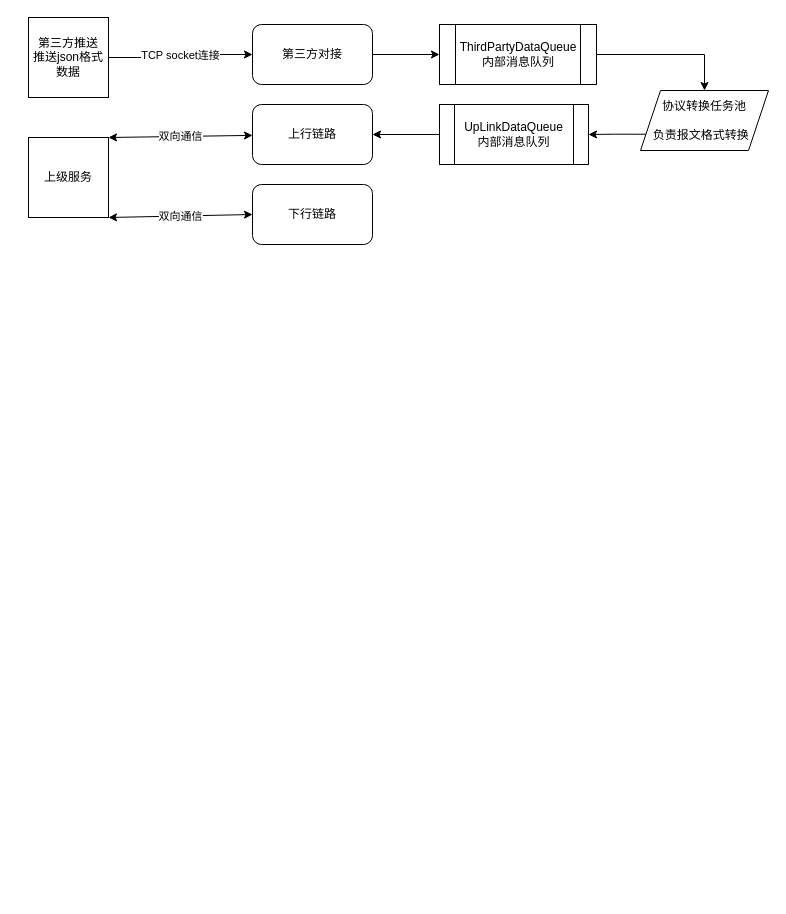
dbjtech/go_809_converter keeps this draw.io diagram as go_809协议转换业务逻辑.drawio. Above is the earlier version. Source tidied: cells renumbered, new cells numbered last; positions are measured from the earlier drawing's top-left corner, leaving out a move shared by most shapes. Both pictures are drawn from the tidied source at 100%, with x=0, y=0 at pixel (28, 17).
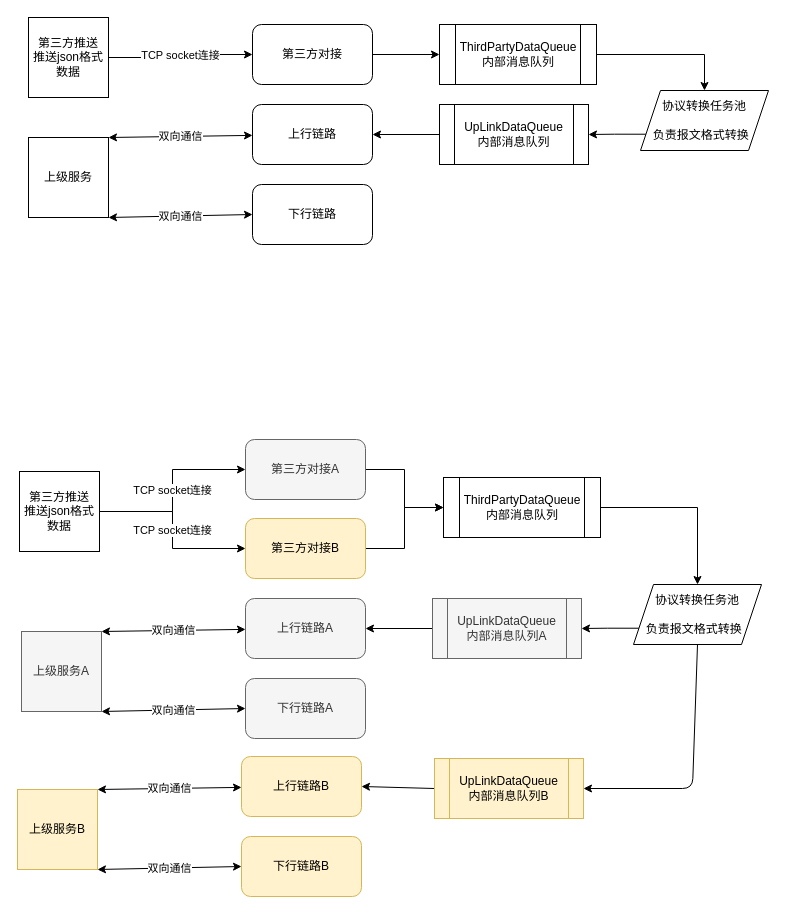
After the change.

Change to the diagram source:
```diff
@@
+    <mxCell id="17" style="edgeStyle=orthogonalEdgeStyle;rounded=0;jettySize=auto;html=1;exitX=1;exitY=0.5;exitDx=0;exitDy=0;entryX=0;entryY=0.5;entryDx=0;entryDy=0;" parent="1" edge="1" source="18" target="29">
+      <mxGeometry relative="1" as="geometry" />
+    </mxCell>
+    <mxCell id="18" value="第三方对接B" style="rounded=1;whiteSpace=wrap;html=1;fillColor=#fff2cc;strokeColor=#d6b656;" parent="1" vertex="1">
+      <mxGeometry x="217" y="501" width="120" height="60" as="geometry" />
+    </mxCell>
+    <mxCell id="19" value="上行链路A" style="rounded=1;whiteSpace=wrap;html=1;fillColor=#f5f5f5;fontColor=#333333;strokeColor=#666666;" parent="1" vertex="1">
+      <mxGeometry x="217" y="581" width="120" height="60" as="geometry" />
+    </mxCell>
+    <mxCell id="20" value="下行链路A" style="rounded=1;whiteSpace=wrap;html=1;fillColor=#f5f5f5;fontColor=#333333;strokeColor=#666666;" parent="1" vertex="1">
+      <mxGeometry x="217" y="661" width="120" height="60" as="geometry" />
+    </mxCell>
+    <mxCell id="21" value="上级服务A" style="whiteSpace=wrap;html=1;fillColor=#f5f5f5;fontColor=#333333;strokeColor=#666666;" parent="1" vertex="1">
+      <mxGeometry x="-7" y="614" width="80" height="80" as="geometry" />
+    </mxCell>
+    <mxCell id="22" value="双向通信" style="endArrow=classic;startArrow=classic;html=1;rounded=0;exitX=1;exitY=0;exitDx=0;exitDy=0;" parent="1" edge="1" source="21" target="19">
+      <mxGeometry relative="1" as="geometry" />
+    </mxCell>
+    <mxCell id="23" value="双向通信" style="endArrow=classic;startArrow=classic;html=1;rounded=0;exitX=1;exitY=1;exitDx=0;exitDy=0;entryX=0;entryY=0.5;entryDx=0;entryDy=0;" parent="1" edge="1" source="21" target="20">
+      <mxGeometry relative="1" as="geometry" />
+    </mxCell>
+    <mxCell id="24" style="edgeStyle=orthogonalEdgeStyle;rounded=0;jettySize=auto;html=1;exitX=0;exitY=0.75;exitDx=0;exitDy=0;entryX=1;entryY=0.5;entryDx=0;entryDy=0;" parent="1" edge="1" source="25" target="32">
+      <mxGeometry relative="1" as="geometry" />
+    </mxCell>
+    <mxCell id="25" value="协议转换&lt;span style=&quot;background-color: initial;&quot;&gt;任务池&lt;/span&gt;&lt;div&gt;&lt;br&gt;&lt;div&gt;负责报文格式转换&amp;nbsp;&amp;nbsp;&lt;/div&gt;&lt;/div&gt;" style="shape=parallelogram;perimeter=parallelogramPerimeter;whiteSpace=wrap;html=1;fixedSize=1;" parent="1" vertex="1">
+      <mxGeometry x="605" y="567" width="128" height="60" as="geometry" />
+    </mxCell>
+    <mxCell id="26" value="TCP socket连接" style="edgeStyle=orthogonalEdgeStyle;rounded=0;jettySize=auto;html=1;exitX=1;exitY=0.5;exitDx=0;exitDy=0;" parent="1" edge="1" source="27" target="18">
+      <mxGeometry relative="1" as="geometry" />
+    </mxCell>
+    <mxCell id="27" value="第三方推送&lt;div&gt;推送json格式数据&lt;/div&gt;" style="whiteSpace=wrap;html=1;" parent="1" vertex="1">
+      <mxGeometry x="-9" y="454" width="80" height="80" as="geometry" />
+    </mxCell>
+    <mxCell id="28" style="edgeStyle=orthogonalEdgeStyle;rounded=0;jettySize=auto;html=1;exitX=1;exitY=0.5;exitDx=0;exitDy=0;entryX=0.5;entryY=0;entryDx=0;entryDy=0;" parent="1" edge="1" source="29" target="25">
+      <mxGeometry relative="1" as="geometry" />
+    </mxCell>
+    <mxCell id="29" value="ThirdPartyDataQueue&lt;div&gt;内部消息队列&lt;/div&gt;" style="shape=process;whiteSpace=wrap;html=1;backgroundOutline=1;" parent="1" vertex="1">
+      <mxGeometry x="415" y="460" width="157" height="60" as="geometry" />
+    </mxCell>
+    <mxCell id="30" style="edgeStyle=orthogonalEdgeStyle;rounded=0;jettySize=auto;html=1;exitX=0;exitY=0.5;exitDx=0;exitDy=0;entryX=1;entryY=0.5;entryDx=0;entryDy=0;" parent="1" edge="1" source="32" target="19">
+      <mxGeometry relative="1" as="geometry" />
+    </mxCell>
+    <mxCell id="31" style="edgeStyle=none;html=1;exitX=0.5;exitY=1;exitDx=0;exitDy=0;entryX=1;entryY=0.5;entryDx=0;entryDy=0;" parent="1" edge="1" source="25" target="42">
+      <mxGeometry relative="1" as="geometry">
+        <Array as="points">
+          <mxPoint x="664" y="771" />
+        </Array>
+      </mxGeometry>
+    </mxCell>
+    <mxCell id="32" value="UpLinkDataQueue&lt;div&gt;内部消息队列A&lt;/div&gt;" style="shape=process;whiteSpace=wrap;html=1;backgroundOutline=1;fillColor=#f5f5f5;fontColor=#333333;strokeColor=#666666;" parent="1" vertex="1">
+      <mxGeometry x="404" y="581" width="149" height="60" as="geometry" />
+    </mxCell>
+    <mxCell id="33" style="edgeStyle=orthogonalEdgeStyle;rounded=0;jettySize=auto;html=1;exitX=1;exitY=0.5;exitDx=0;exitDy=0;entryX=0;entryY=0.5;entryDx=0;entryDy=0;" parent="1" edge="1" source="34" target="29">
+      <mxGeometry relative="1" as="geometry" />
+    </mxCell>
+    <mxCell id="34" value="第三方对接A" style="rounded=1;whiteSpace=wrap;html=1;fillColor=#f5f5f5;fontColor=#333333;strokeColor=#666666;" parent="1" vertex="1">
+      <mxGeometry x="217" y="422" width="120" height="60" as="geometry" />
+    </mxCell>
+    <mxCell id="35" value="TCP socket连接" style="edgeStyle=orthogonalEdgeStyle;rounded=0;jettySize=auto;html=1;exitX=1;exitY=0.5;exitDx=0;exitDy=0;" parent="1" edge="1" source="27" target="34">
+      <mxGeometry relative="1" as="geometry" />
+    </mxCell>
+    <mxCell id="36" value="上行链路B" style="rounded=1;whiteSpace=wrap;html=1;fillColor=#fff2cc;strokeColor=#d6b656;" parent="1" vertex="1">
+      <mxGeometry x="213" y="739" width="120" height="60" as="geometry" />
+    </mxCell>
+    <mxCell id="37" value="下行链路B" style="rounded=1;whiteSpace=wrap;html=1;fillColor=#fff2cc;strokeColor=#d6b656;" parent="1" vertex="1">
+      <mxGeometry x="213" y="819" width="120" height="60" as="geometry" />
+    </mxCell>
+    <mxCell id="38" value="上级服务B" style="whiteSpace=wrap;html=1;fillColor=#fff2cc;strokeColor=#d6b656;" parent="1" vertex="1">
+      <mxGeometry x="-11" y="772" width="80" height="80" as="geometry" />
+    </mxCell>
+    <mxCell id="39" value="双向通信" style="endArrow=classic;startArrow=classic;html=1;rounded=0;exitX=1;exitY=0;exitDx=0;exitDy=0;" parent="1" edge="1" source="38" target="36">
+      <mxGeometry relative="1" as="geometry" />
+    </mxCell>
+    <mxCell id="40" value="双向通信" style="endArrow=classic;startArrow=classic;html=1;rounded=0;exitX=1;exitY=1;exitDx=0;exitDy=0;entryX=0;entryY=0.5;entryDx=0;entryDy=0;" parent="1" edge="1" source="38" target="37">
+      <mxGeometry relative="1" as="geometry" />
+    </mxCell>
+    <mxCell id="41" style="edgeStyle=none;html=1;exitX=0;exitY=0.5;exitDx=0;exitDy=0;entryX=1;entryY=0.5;entryDx=0;entryDy=0;" parent="1" edge="1" source="42" target="36">
+      <mxGeometry relative="1" as="geometry" />
+    </mxCell>
+    <mxCell id="42" value="UpLinkDataQueue&lt;div&gt;内部消息队列B&lt;/div&gt;" style="shape=process;whiteSpace=wrap;html=1;backgroundOutline=1;fillColor=#fff2cc;strokeColor=#d6b656;" parent="1" vertex="1">
+      <mxGeometry x="406" y="741" width="149" height="60" as="geometry" />
+    </mxCell>
```
